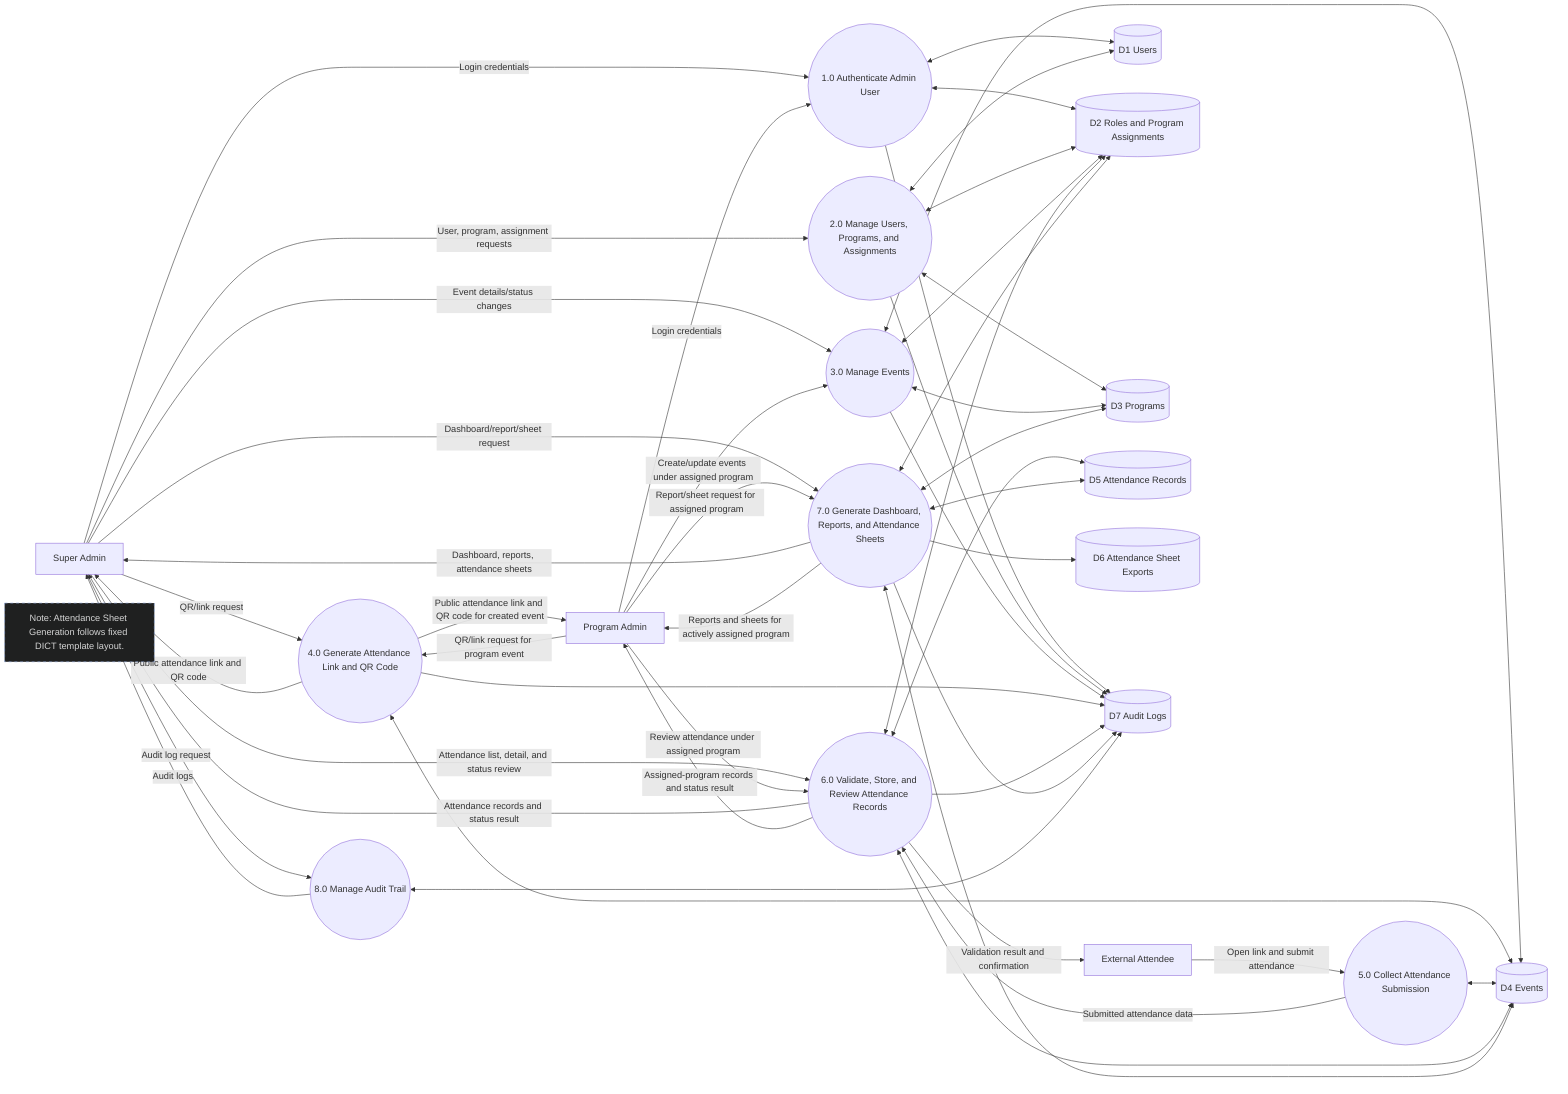
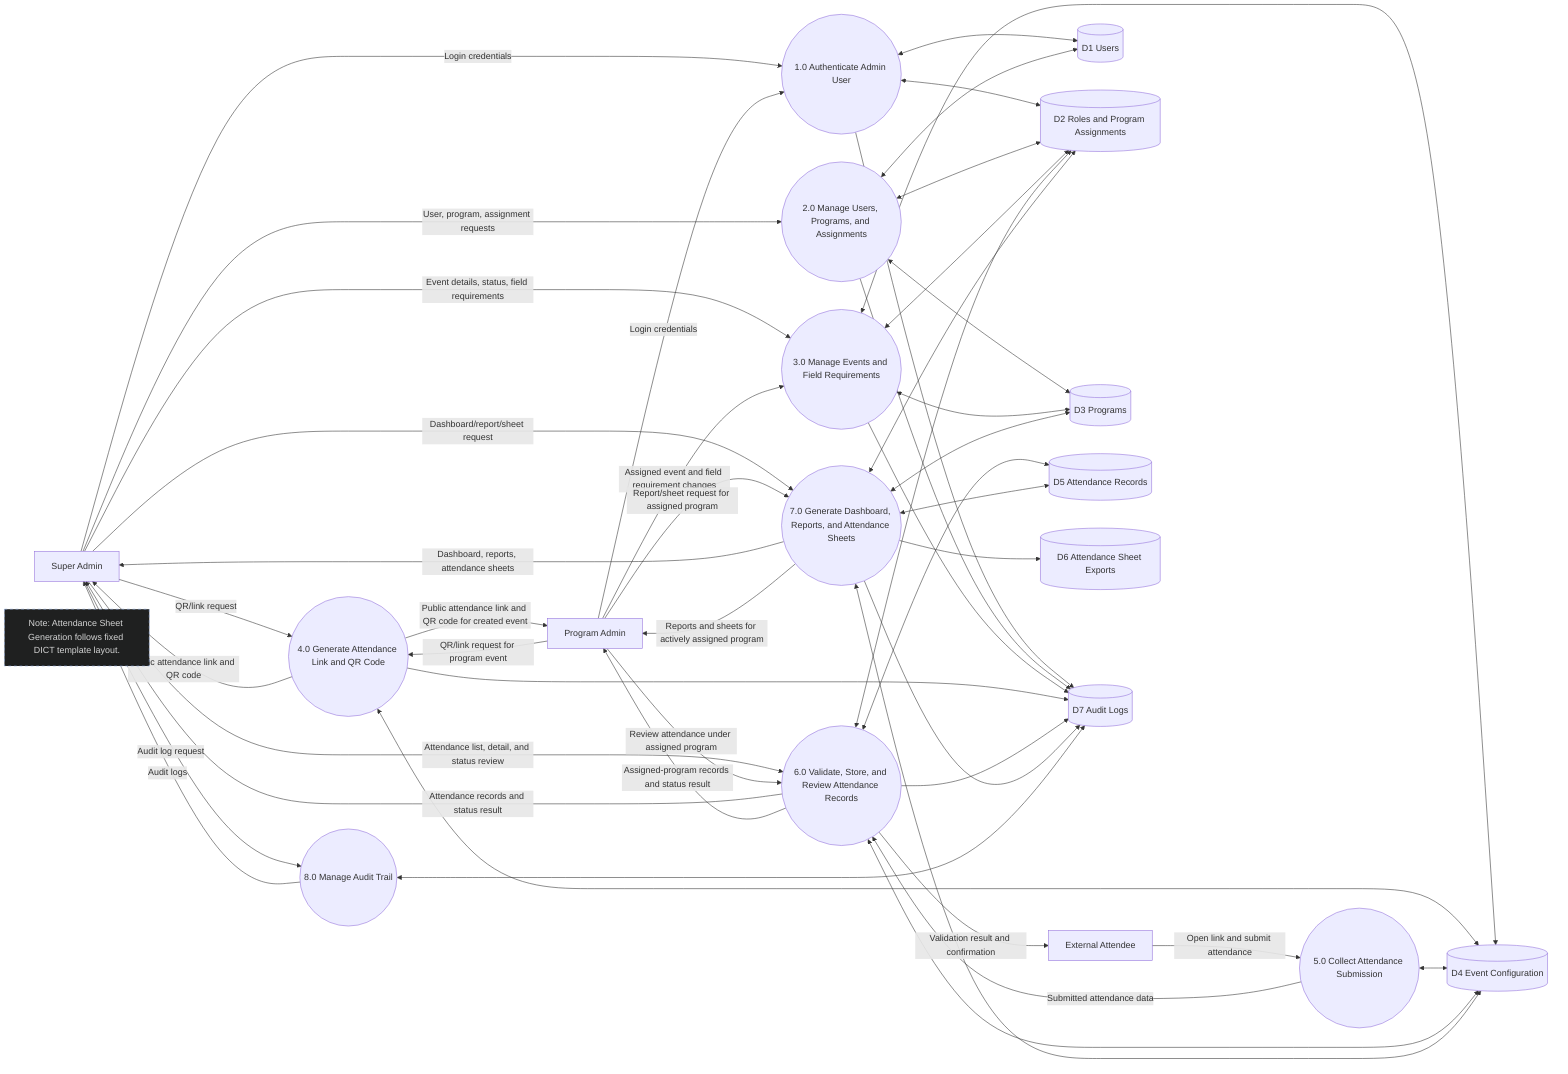
flowchart LR
  super_admin[Super Admin]
  program_admin[Program Admin]
  attendee[External Attendee]
  note_template["Note: Attendance Sheet Generation follows fixed DICT template layout."]

  p1((1.0 Authenticate Admin User))
  p2((2.0 Manage Users, Programs, and Assignments))
-   p3((3.0 Manage Events))
+   p3((3.0 Manage Events and Field Requirements))
  p4((4.0 Generate Attendance Link and QR Code))
  p5((5.0 Collect Attendance Submission))
  p6((6.0 Validate, Store, and Review Attendance Records))
  p7((7.0 Generate Dashboard, Reports, and Attendance Sheets))
  p8((8.0 Manage Audit Trail))

  d1[(D1 Users)]
  d2[(D2 Roles and Program Assignments)]
  d3[(D3 Programs)]
-   d4[(D4 Events)]
+   d4[(D4 Event Configuration)]
  d5[(D5 Attendance Records)]
  d6[(D6 Attendance Sheet Exports)]
  d7[(D7 Audit Logs)]

  super_admin -->|Login credentials| p1
  program_admin -->|Login credentials| p1
  p1 <--> d1
  p1 <--> d2
  p1 --> d7

  super_admin -->|User, program, assignment requests| p2
  p2 <--> d1
  p2 <--> d2
  p2 <--> d3
  p2 --> d7

-   super_admin -->|Event details/status changes| p3
-   program_admin -->|Create/update events under assigned program| p3
+   super_admin -->|Event details, status, field requirements| p3
+   program_admin -->|Assigned event and field requirement changes| p3
  p3 <--> d2
  p3 <--> d3
  p3 <--> d4
  p3 --> d7

  super_admin -->|QR/link request| p4
  program_admin -->|QR/link request for program event| p4
  p4 <--> d4
  p4 --> d7
  p4 -->|Public attendance link and QR code| super_admin
  p4 -->|Public attendance link and QR code for created event| program_admin

  attendee -->|Open link and submit attendance| p5
  p5 <--> d4
  p5 -->|Submitted attendance data| p6
  p6 <--> d4
  p6 <--> d5
  p6 <--> d2
  p6 --> d7
  p6 -->|Validation result and confirmation| attendee
  super_admin -->|Attendance list, detail, and status review| p6
  program_admin -->|Review attendance under assigned program| p6
  p6 -->|Attendance records and status result| super_admin
  p6 -->|Assigned-program records and status result| program_admin

  super_admin -->|Dashboard/report/sheet request| p7
  program_admin -->|Report/sheet request for assigned program| p7
  p7 <--> d2
  p7 <--> d3
  p7 <--> d4
  p7 <--> d5
  p7 --> d6
  p7 --> d7
  p7 -->|Dashboard, reports, attendance sheets| super_admin
  p7 -->|Reports and sheets for actively assigned program| program_admin

  super_admin -->|Audit log request| p8
  p8 <--> d7
  p8 -->|Audit logs| super_admin

  classDef note fill:#1f2020,stroke:#8CA6DB,color:#d4d4d4,stroke-dasharray: 5 5
  class note_template note
